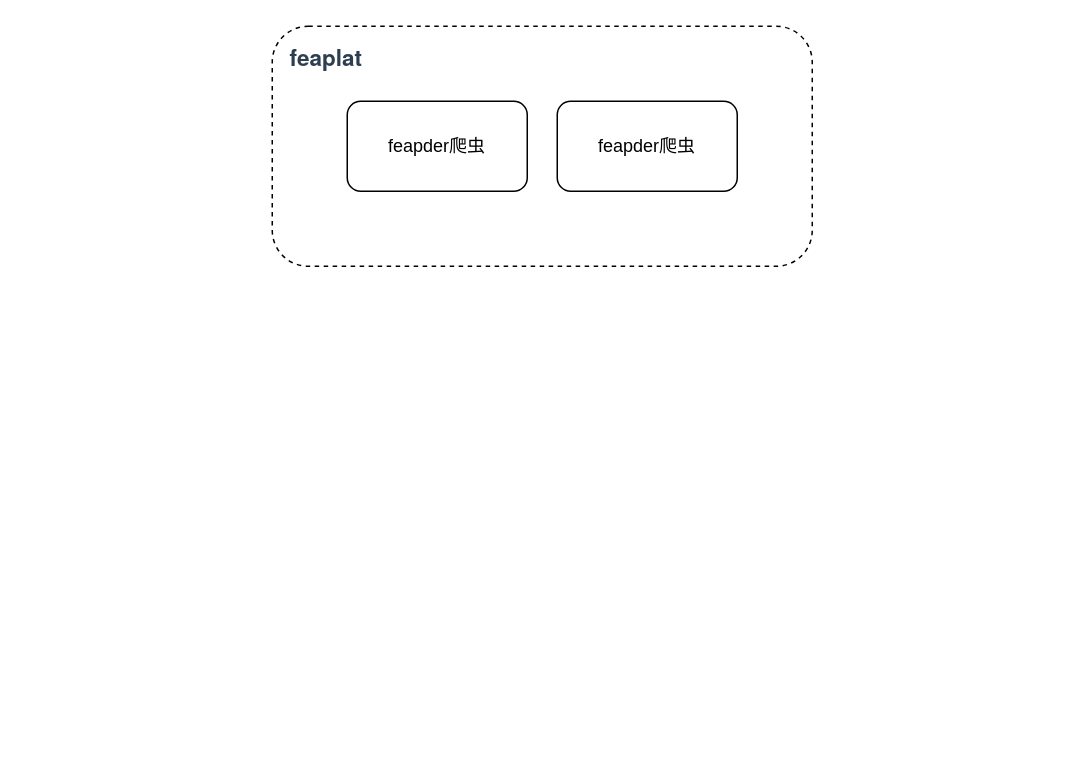
Before: 爬虫架构图.drawio in seehar/draw, a draw.io diagram. Source tidied: cells renumbered, new cells numbered last; positions are measured from the earlier drawing's top-left corner, leaving out a move shared by most shapes. Both pictures are drawn from the tidied source at 150%, with x=0, y=0 at pixel (272, 26).
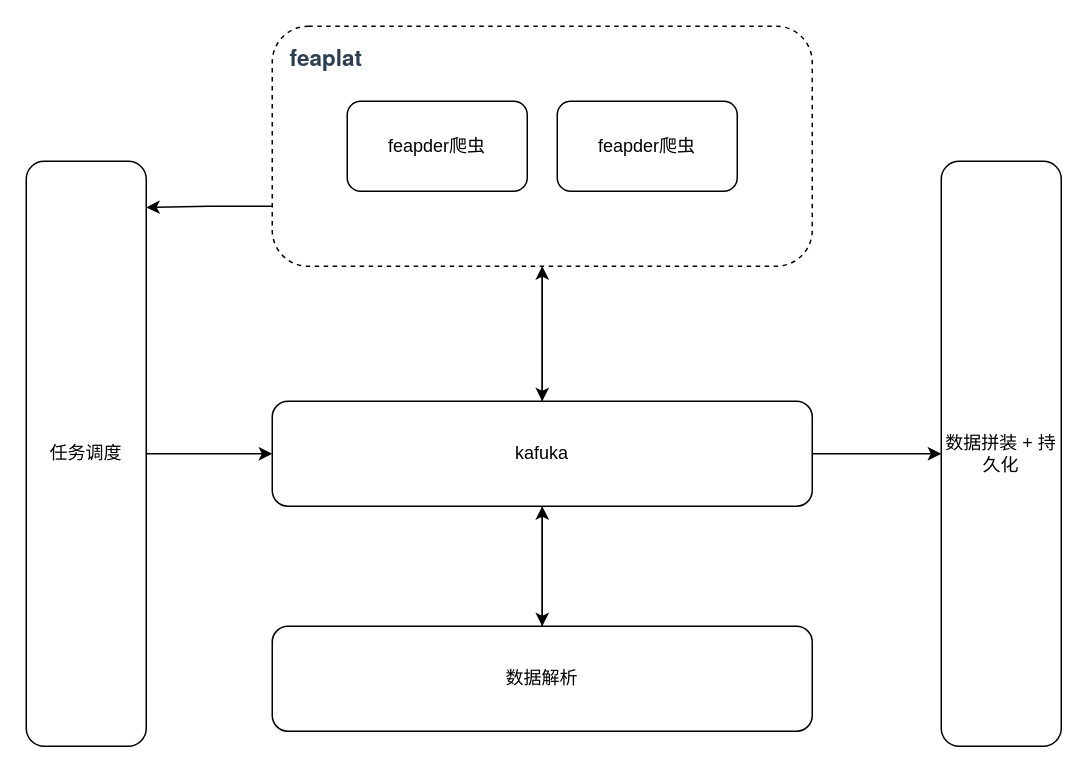
Above is the later version.

Commit message:
更新爬虫架构图.drawio

The edit, as a diff of the source:
```diff
@@
 <mxGraphModel>
   <root>
     <mxCell id="0" />
     <mxCell id="1" parent="0" />
+    <mxCell id="5" style="edgeStyle=orthogonalEdgeStyle;rounded=0;jettySize=auto;html=1;" parent="1" edge="1" source="2">
+      <mxGeometry relative="1" as="geometry">
+        <mxPoint x="180" y="250" as="targetPoint" />
+      </mxGeometry>
+    </mxCell>
+    <mxCell id="6" style="edgeStyle=orthogonalEdgeStyle;rounded=0;jettySize=auto;html=1;exitX=0;exitY=0.75;exitDx=0;exitDy=0;entryX=1;entryY=0.079;entryDx=0;entryDy=0;entryPerimeter=0;" parent="1" edge="1" source="2" target="12">
+      <mxGeometry relative="1" as="geometry" />
+    </mxCell>
     <mxCell id="2" value="&lt;span style=&quot;box-sizing: border-box ; color: rgb(44 , 62 , 80) ; font-weight: 600 ; font-family: &amp;quot;source sans pro&amp;quot; , &amp;quot;helvetica neue&amp;quot; , &amp;quot;arial&amp;quot; , sans-serif ; font-size: 15px ; word-spacing: 0.8px ; background-color: rgb(255 , 255 , 255)&quot;&gt;feaplat&lt;/span&gt;" style="rounded=1;whiteSpace=wrap;html=1;dashed=1;align=left;verticalAlign=top;labelPosition=center;verticalLabelPosition=middle;spacingTop=5;spacingLeft=10;" parent="1" vertex="1">
       <mxGeometry width="360" height="160" as="geometry" />
     </mxCell>
     <mxCell id="3" value="feapder爬虫" style="rounded=1;whiteSpace=wrap;html=1;" parent="1" vertex="1">
       <mxGeometry x="50" y="50" width="120" height="60" as="geometry" />
     </mxCell>
     <mxCell id="4" value="feapder爬虫" style="rounded=1;whiteSpace=wrap;html=1;" parent="1" vertex="1">
       <mxGeometry x="190" y="50" width="120" height="60" as="geometry" />
     </mxCell>
+    <mxCell id="7" style="edgeStyle=orthogonalEdgeStyle;rounded=0;jettySize=auto;html=1;entryX=0.5;entryY=1;entryDx=0;entryDy=0;" parent="1" edge="1" source="10" target="2">
+      <mxGeometry relative="1" as="geometry">
+        <Array as="points">
+          <mxPoint x="180" y="210" />
+          <mxPoint x="180" y="210" />
+        </Array>
+      </mxGeometry>
+    </mxCell>
+    <mxCell id="8" style="edgeStyle=orthogonalEdgeStyle;rounded=0;jettySize=auto;html=1;entryX=0.5;entryY=0;entryDx=0;entryDy=0;" parent="1" edge="1" source="10" target="14">
+      <mxGeometry relative="1" as="geometry" />
+    </mxCell>
+    <mxCell id="9" style="edgeStyle=orthogonalEdgeStyle;rounded=0;jettySize=auto;html=1;exitX=1;exitY=0.5;exitDx=0;exitDy=0;entryX=0;entryY=0.5;entryDx=0;entryDy=0;" parent="1" edge="1" source="10" target="15">
+      <mxGeometry relative="1" as="geometry" />
+    </mxCell>
+    <mxCell id="10" value="kafuka" style="rounded=1;whiteSpace=wrap;html=1;" parent="1" vertex="1">
+      <mxGeometry y="250" width="360" height="70" as="geometry" />
+    </mxCell>
+    <mxCell id="11" style="edgeStyle=orthogonalEdgeStyle;rounded=0;jettySize=auto;html=1;entryX=0;entryY=0.5;entryDx=0;entryDy=0;" parent="1" edge="1" source="12" target="10">
+      <mxGeometry relative="1" as="geometry" />
+    </mxCell>
+    <mxCell id="12" value="任务调度" style="rounded=1;whiteSpace=wrap;html=1;" parent="1" vertex="1">
+      <mxGeometry x="-164" y="90" width="80" height="390" as="geometry" />
+    </mxCell>
+    <mxCell id="13" style="edgeStyle=orthogonalEdgeStyle;rounded=0;jettySize=auto;html=1;entryX=0.5;entryY=1;entryDx=0;entryDy=0;" parent="1" edge="1" source="14" target="10">
+      <mxGeometry relative="1" as="geometry">
+        <Array as="points">
+          <mxPoint x="180" y="350" />
+          <mxPoint x="180" y="350" />
+        </Array>
+      </mxGeometry>
+    </mxCell>
+    <mxCell id="14" value="数据解析" style="rounded=1;whiteSpace=wrap;html=1;" parent="1" vertex="1">
+      <mxGeometry y="400" width="360" height="70" as="geometry" />
+    </mxCell>
+    <mxCell id="15" value="数据拼装 + 持久化" style="rounded=1;whiteSpace=wrap;html=1;" parent="1" vertex="1">
+      <mxGeometry x="446" y="90" width="80" height="390" as="geometry" />
+    </mxCell>
   </root>
 </mxGraphModel>
```
